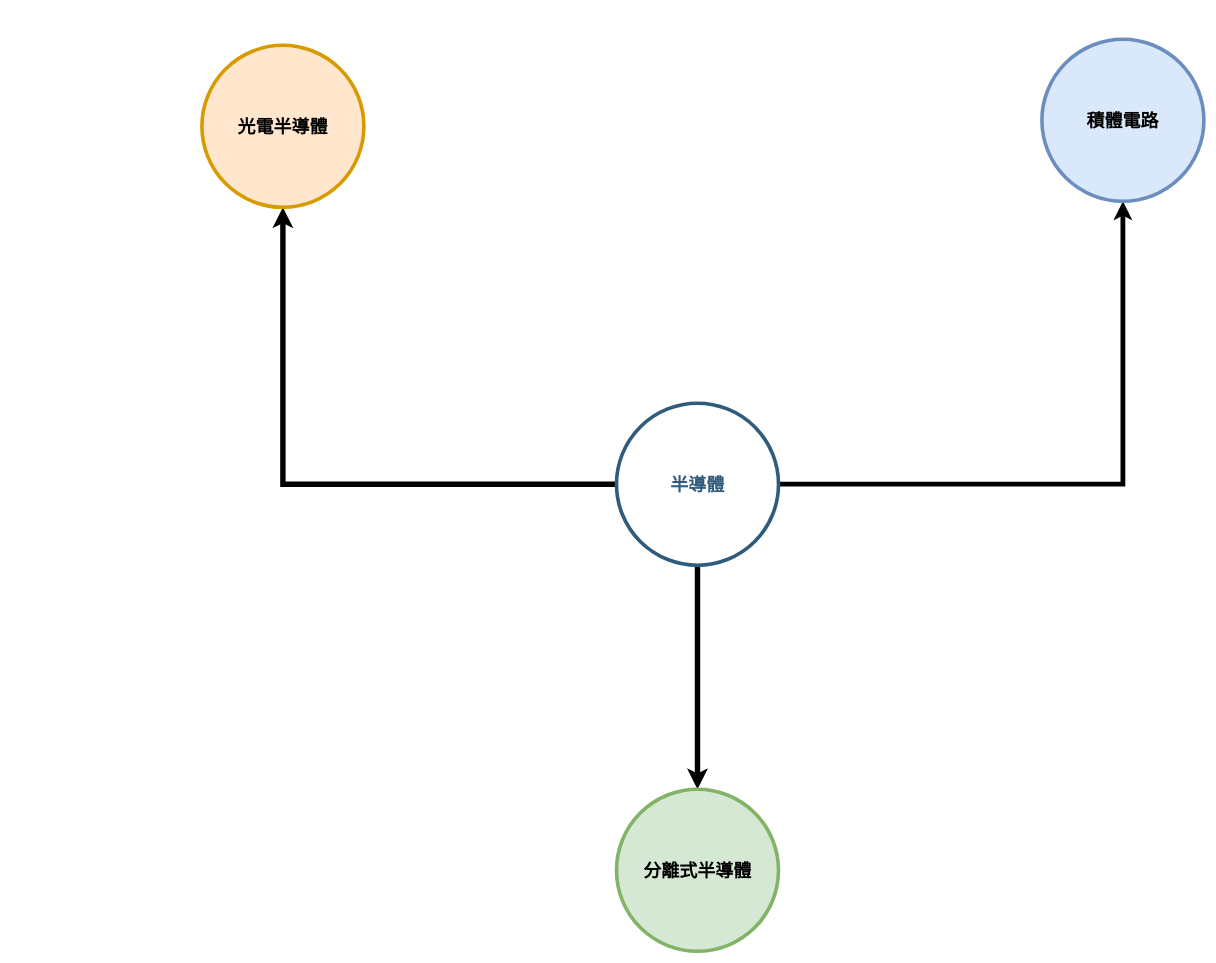
Earlier version of the draw.io diagram Notion.drawio (wecan-huang/Diagrams). Source tidied: cells renumbered, new cells numbered last; positions are measured from the earlier drawing's top-left corner, leaving out a move shared by most shapes. Both pictures are drawn from the tidied source at 60%, with x=0, y=0 at pixel (202, 39).
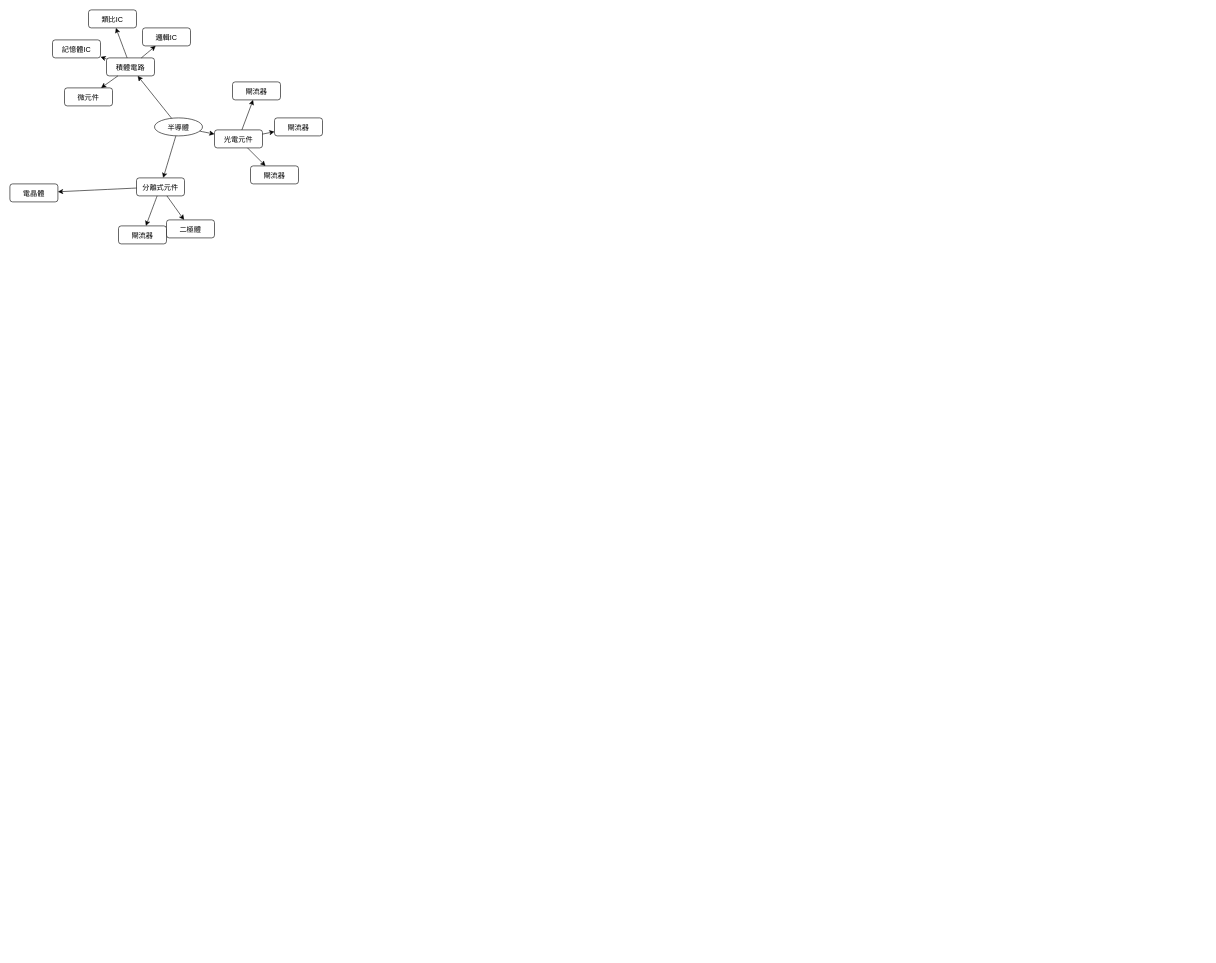
Above is the later version.

Change to the diagram source:
```diff
@@
-    <mxCell id="2" style="edgeStyle=orthogonalEdgeStyle;rounded=0;jettySize=auto;html=1;strokeWidth=8;" parent="1" edge="1" source="5" target="6">
-      <mxGeometry relative="1" as="geometry" />
-    </mxCell>
-    <mxCell id="3" style="edgeStyle=orthogonalEdgeStyle;rounded=0;jettySize=auto;html=1;strokeWidth=9;" parent="1" edge="1" source="5" target="7">
-      <mxGeometry relative="1" as="geometry" />
-    </mxCell>
-    <mxCell id="4" style="edgeStyle=orthogonalEdgeStyle;rounded=0;jettySize=auto;html=1;strokeWidth=9;" parent="1" edge="1" source="5" target="8">
-      <mxGeometry relative="1" as="geometry" />
-    </mxCell>
-    <mxCell id="5" value="半導體" style="ellipse;whiteSpace=wrap;html=1;shadow=0;fontFamily=Helvetica;fontSize=30;fontColor=#2F5B7C;align=center;strokeColor=#2F5B7C;strokeWidth=6;fillColor=#FFFFFF;fontStyle=1;gradientColor=none;" parent="1" vertex="1">
-      <mxGeometry x="691" y="606.5" width="270" height="270" as="geometry" />
+    <mxCell id="5" value="半導體" style="ellipse;" parent="1" vertex="1">
+      <mxGeometry x="-79" y="131" width="80" height="30" as="geometry" />
     </mxCell>
-    <mxCell id="6" value="積體電路" style="ellipse;whiteSpace=wrap;html=1;shadow=0;fontFamily=Helvetica;fontSize=30;align=center;strokeColor=#6c8ebf;strokeWidth=6;fillColor=#dae8fc;fontStyle=1;" parent="1" vertex="1">
-      <mxGeometry x="1400" width="270" height="270" as="geometry" />
+    <mxCell id="6" value="積體電路" style="rounded=1;" parent="1" vertex="1">
+      <mxGeometry x="-159" y="31" width="80" height="30" as="geometry" />
     </mxCell>
-    <mxCell id="7" value="分離式半導體" style="ellipse;whiteSpace=wrap;html=1;shadow=0;fontFamily=Helvetica;fontSize=30;align=center;strokeColor=#82b366;strokeWidth=6;fillColor=#d5e8d4;fontStyle=1;" parent="1" vertex="1">
-      <mxGeometry x="691" y="1250" width="270" height="270" as="geometry" />
-    </mxCell>
-    <mxCell id="8" value="光電半導體" style="ellipse;whiteSpace=wrap;html=1;shadow=0;fontFamily=Helvetica;fontSize=30;align=center;strokeColor=#d79b00;strokeWidth=6;fillColor=#ffe6cc;fontStyle=1;" parent="1" vertex="1">
-      <mxGeometry y="10" width="270" height="270" as="geometry" />
-    </mxCell>
+    <mxCell id="2" style="curved=1;edgeStyle=orthogonalEdgeStyle;noEdgeStyle=1;" parent="1" edge="1" source="5" target="6">
+      <mxGeometry relative="1" as="geometry" />
+    </mxCell>
+    <mxCell id="9" value="分離式元件" style="rounded=1;" parent="1" vertex="1">
+      <mxGeometry x="-109" y="231" width="80" height="30" as="geometry" />
+    </mxCell>
+    <mxCell id="10" style="curved=1;edgeStyle=orthogonalEdgeStyle;noEdgeStyle=1;" parent="1" edge="1" source="5" target="9">
+      <mxGeometry relative="1" as="geometry" />
+    </mxCell>
+    <mxCell id="11" value="光電元件" style="rounded=1;" parent="1" vertex="1">
+      <mxGeometry x="21" y="151" width="80" height="30" as="geometry" />
+    </mxCell>
+    <mxCell id="12" style="curved=1;edgeStyle=orthogonalEdgeStyle;noEdgeStyle=1;" parent="1" edge="1" source="5" target="11">
+      <mxGeometry relative="1" as="geometry" />
+    </mxCell>
+    <mxCell id="13" value="邏輯IC" style="rounded=1;" parent="1" vertex="1">
+      <mxGeometry x="-99" y="-19" width="80" height="30" as="geometry" />
+    </mxCell>
+    <mxCell id="14" style="curved=1;edgeStyle=orthogonalEdgeStyle;noEdgeStyle=1;" parent="1" edge="1" source="6" target="13">
+      <mxGeometry relative="1" as="geometry" />
+    </mxCell>
+    <mxCell id="15" value="類比IC" style="rounded=1;" parent="1" vertex="1">
+      <mxGeometry x="-189" y="-49" width="80" height="30" as="geometry" />
+    </mxCell>
+    <mxCell id="16" style="curved=1;edgeStyle=orthogonalEdgeStyle;noEdgeStyle=1;" parent="1" edge="1" source="6" target="15">
+      <mxGeometry relative="1" as="geometry" />
+    </mxCell>
+    <mxCell id="17" value="微元件" style="rounded=1;" parent="1" vertex="1">
+      <mxGeometry x="-229" y="81" width="80" height="30" as="geometry" />
+    </mxCell>
+    <mxCell id="18" style="curved=1;edgeStyle=orthogonalEdgeStyle;noEdgeStyle=1;" parent="1" edge="1" source="6" target="17">
+      <mxGeometry relative="1" as="geometry" />
+    </mxCell>
+    <mxCell id="19" value="記憶體IC" style="rounded=1;" parent="1" vertex="1">
+      <mxGeometry x="-249" y="1" width="80" height="30" as="geometry" />
+    </mxCell>
+    <mxCell id="20" style="curved=1;edgeStyle=orthogonalEdgeStyle;noEdgeStyle=1;" parent="1" edge="1" source="6" target="19">
+      <mxGeometry relative="1" as="geometry" />
+    </mxCell>
+    <mxCell id="21" value="二極體" style="rounded=1;" parent="1" vertex="1">
+      <mxGeometry x="-59" y="301" width="80" height="30" as="geometry" />
+    </mxCell>
+    <mxCell id="22" style="curved=1;edgeStyle=orthogonalEdgeStyle;noEdgeStyle=1;" parent="1" edge="1" source="9" target="21">
+      <mxGeometry relative="1" as="geometry" />
+    </mxCell>
+    <mxCell id="23" value="電晶體" style="rounded=1;" parent="1" vertex="1">
+      <mxGeometry x="-320" y="241" width="80" height="30" as="geometry" />
+    </mxCell>
+    <mxCell id="24" style="curved=1;edgeStyle=orthogonalEdgeStyle;noEdgeStyle=1;" parent="1" edge="1" source="9" target="23">
+      <mxGeometry relative="1" as="geometry" />
+    </mxCell>
+    <mxCell id="25" value="閘流器" style="rounded=1;" parent="1" vertex="1">
+      <mxGeometry x="-139" y="311" width="80" height="30" as="geometry" />
+    </mxCell>
+    <mxCell id="26" style="curved=1;edgeStyle=orthogonalEdgeStyle;noEdgeStyle=1;" parent="1" edge="1" source="9" target="25">
+      <mxGeometry relative="1" as="geometry" />
+    </mxCell>
+    <mxCell id="27" value="閘流器" style="rounded=1;" parent="1" vertex="1">
+      <mxGeometry x="121" y="131" width="80" height="30" as="geometry" />
+    </mxCell>
+    <mxCell id="28" value="閘流器" style="rounded=1;" parent="1" vertex="1">
+      <mxGeometry x="81" y="211" width="80" height="30" as="geometry" />
+    </mxCell>
+    <mxCell id="29" value="閘流器" style="rounded=1;" parent="1" vertex="1">
+      <mxGeometry x="51" y="71" width="80" height="30" as="geometry" />
+    </mxCell>
+    <mxCell id="30" style="endArrow=classic;html=1;rounded=0;strokeWidth=1;exitDx=0;exitDy=0;entryDx=0;entryDy=0;edgeStyle=orthogonalEdgeStyle;noEdgeStyle=1;" parent="1" edge="1" source="11" target="27">
+      <mxGeometry relative="1" as="geometry" />
+    </mxCell>
+    <mxCell id="31" style="endArrow=classic;html=1;rounded=0;strokeWidth=1;exitDx=0;exitDy=0;entryDx=0;entryDy=0;edgeStyle=orthogonalEdgeStyle;noEdgeStyle=1;" parent="1" edge="1" source="11" target="28">
+      <mxGeometry relative="1" as="geometry" />
+    </mxCell>
+    <mxCell id="32" style="endArrow=classic;html=1;rounded=0;strokeWidth=1;exitDx=0;exitDy=0;entryDx=0;entryDy=0;edgeStyle=orthogonalEdgeStyle;noEdgeStyle=1;" parent="1" edge="1" source="11" target="29">
+      <mxGeometry relative="1" as="geometry" />
+    </mxCell>
```
